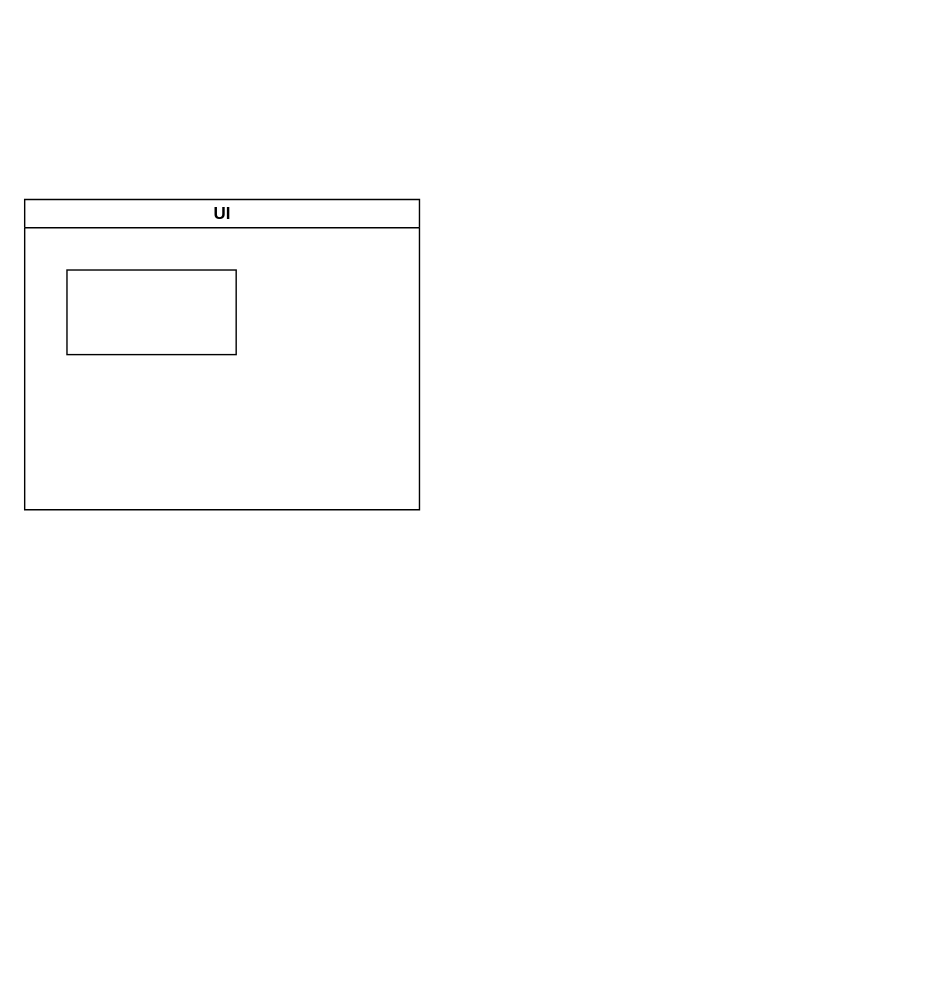
Earlier version of the draw.io diagram page "Верхнеуровневое разбиение на компоненты" (2 of 9) of lab_01/docs/ppo.drawio (kpirap18/BMSTU-Software-Design-sem6). Source tidied: cells renumbered, new cells numbered last; positions are measured from the earlier drawing's top-left corner, leaving out a move shared by most shapes. Both pictures are drawn from the tidied source at 141%, with x=0, y=0 at pixel (24, 199).
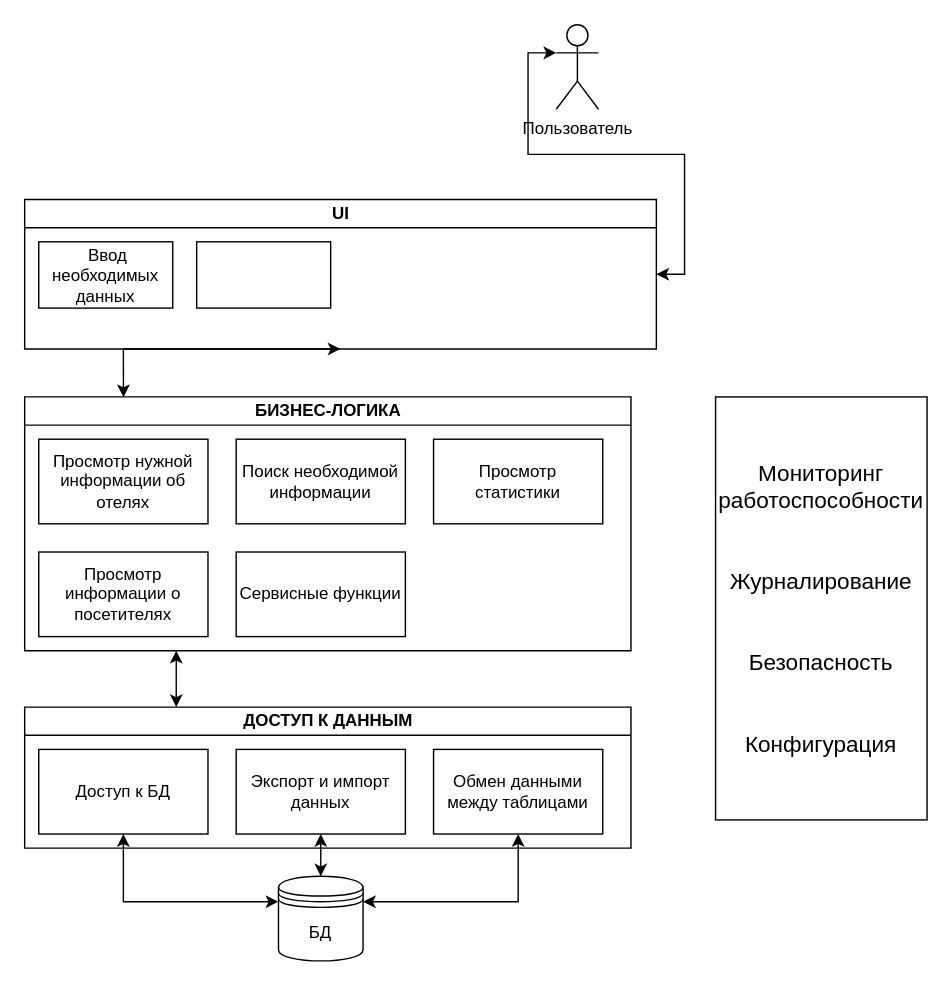
Above is the later version.

The edit, as a diff of the source:
```diff
@@
+    <mxCell id="4" style="edgeStyle=orthogonalEdgeStyle;rounded=0;jettySize=auto;html=1;exitX=0.5;exitY=1;exitDx=0;exitDy=0;entryX=0.163;entryY=0.001;entryDx=0;entryDy=0;entryPerimeter=0;startArrow=classic;startFill=1;" parent="1" edge="1" source="2" target="7">
+      <mxGeometry relative="1" as="geometry">
+        <Array as="points">
+          <mxPoint x="70" y="120" />
+          <mxPoint x="70" y="120" />
+        </Array>
+      </mxGeometry>
+    </mxCell>
     <mxCell id="2" value="UI" style="swimlane;html=1;startSize=20;horizontal=1;containerType=tree;newEdgeStyle={&quot;edgeStyle&quot;:&quot;elbowEdgeStyle&quot;,&quot;startArrow&quot;:&quot;none&quot;,&quot;endArrow&quot;:&quot;none&quot;};" parent="1" vertex="1">
-      <mxGeometry width="280" height="220" as="geometry" />
+      <mxGeometry width="448" height="106" as="geometry" />
     </mxCell>
-    <mxCell id="3" style="rounded=0;whiteSpace=wrap;html=1;" parent="2" vertex="1">
-      <mxGeometry x="30" y="50" width="120" height="60" as="geometry" />
+    <mxCell id="3" value="&amp;nbsp;Ввод необходимых данных" style="rounded=0;whiteSpace=wrap;html=1;" parent="2" vertex="1">
+      <mxGeometry x="10" y="30" width="95" height="47" as="geometry" />
     </mxCell>
+    <mxCell id="5" style="rounded=0;whiteSpace=wrap;html=1;" parent="2" vertex="1">
+      <mxGeometry x="122" y="30" width="95" height="47" as="geometry" />
+    </mxCell>
+    <mxCell id="6" style="edgeStyle=orthogonalEdgeStyle;rounded=0;jettySize=auto;html=1;exitX=0.25;exitY=1;exitDx=0;exitDy=0;entryX=0.25;entryY=0;entryDx=0;entryDy=0;startArrow=classic;startFill=1;" parent="1" edge="1" source="7" target="13">
+      <mxGeometry relative="1" as="geometry" />
+    </mxCell>
+    <mxCell id="7" value="БИЗНЕС-ЛОГИКА" style="swimlane;html=1;startSize=20;horizontal=1;containerType=tree;newEdgeStyle={&quot;edgeStyle&quot;:&quot;elbowEdgeStyle&quot;,&quot;startArrow&quot;:&quot;none&quot;,&quot;endArrow&quot;:&quot;none&quot;};" parent="1" vertex="1">
+      <mxGeometry y="140" width="430" height="180" as="geometry" />
+    </mxCell>
+    <mxCell id="8" value="Просмотр нужной информации об отелях" style="rounded=0;whiteSpace=wrap;html=1;" parent="7" vertex="1">
+      <mxGeometry x="10" y="30" width="120" height="60" as="geometry" />
+    </mxCell>
+    <mxCell id="9" value="Поиск необходимой информации" style="rounded=0;whiteSpace=wrap;html=1;" parent="7" vertex="1">
+      <mxGeometry x="150" y="30" width="120" height="60" as="geometry" />
+    </mxCell>
+    <mxCell id="10" value="Просмотр статистики" style="rounded=0;whiteSpace=wrap;html=1;" parent="7" vertex="1">
+      <mxGeometry x="290" y="30" width="120" height="60" as="geometry" />
+    </mxCell>
+    <mxCell id="11" value="Просмотр информации о посетителях" style="rounded=0;whiteSpace=wrap;html=1;" parent="7" vertex="1">
+      <mxGeometry x="10" y="110" width="120" height="60" as="geometry" />
+    </mxCell>
+    <mxCell id="12" value="Сервисные функции" style="rounded=0;whiteSpace=wrap;html=1;" parent="7" vertex="1">
+      <mxGeometry x="150" y="110" width="120" height="60" as="geometry" />
+    </mxCell>
+    <mxCell id="13" value="ДОСТУП К ДАННЫМ" style="swimlane;html=1;startSize=20;horizontal=1;containerType=tree;newEdgeStyle={&quot;edgeStyle&quot;:&quot;elbowEdgeStyle&quot;,&quot;startArrow&quot;:&quot;none&quot;,&quot;endArrow&quot;:&quot;none&quot;};" parent="1" vertex="1">
+      <mxGeometry y="360" width="430" height="100" as="geometry" />
+    </mxCell>
+    <mxCell id="14" value="Доступ к БД" style="rounded=0;whiteSpace=wrap;html=1;" parent="13" vertex="1">
+      <mxGeometry x="10" y="30" width="120" height="60" as="geometry" />
+    </mxCell>
+    <mxCell id="15" value="Обмен данными между таблицами" style="rounded=0;whiteSpace=wrap;html=1;" parent="13" vertex="1">
+      <mxGeometry x="290" y="30" width="120" height="60" as="geometry" />
+    </mxCell>
+    <mxCell id="16" value="Экспорт и импорт данных" style="rounded=0;whiteSpace=wrap;html=1;" parent="13" vertex="1">
+      <mxGeometry x="150" y="30" width="120" height="60" as="geometry" />
+    </mxCell>
+    <mxCell id="17" style="edgeStyle=orthogonalEdgeStyle;rounded=0;jettySize=auto;html=1;exitX=0;exitY=0.3;exitDx=0;exitDy=0;startArrow=classic;startFill=1;" parent="1" edge="1" source="20" target="14">
+      <mxGeometry relative="1" as="geometry" />
+    </mxCell>
+    <mxCell id="18" style="edgeStyle=orthogonalEdgeStyle;rounded=0;jettySize=auto;html=1;exitX=0.5;exitY=0;exitDx=0;exitDy=0;entryX=0.5;entryY=1;entryDx=0;entryDy=0;startArrow=classic;startFill=1;" parent="1" edge="1" source="20" target="16">
+      <mxGeometry relative="1" as="geometry" />
+    </mxCell>
+    <mxCell id="19" style="edgeStyle=orthogonalEdgeStyle;rounded=0;jettySize=auto;html=1;exitX=1;exitY=0.3;exitDx=0;exitDy=0;entryX=0.5;entryY=1;entryDx=0;entryDy=0;startArrow=classic;startFill=1;" parent="1" edge="1" source="20" target="15">
+      <mxGeometry relative="1" as="geometry" />
+    </mxCell>
+    <mxCell id="20" value="БД" style="shape=datastore;whiteSpace=wrap;html=1;" parent="1" vertex="1">
+      <mxGeometry x="180" y="480" width="60" height="60" as="geometry" />
+    </mxCell>
+    <mxCell id="21" value="&lt;font style=&quot;font-size: 16px&quot;&gt;Мониторинг работоспособности&lt;br&gt;&lt;br&gt;&lt;br&gt;Журналирование&lt;br&gt;&lt;br&gt;&lt;br&gt;Безопасность&lt;br&gt;&lt;br&gt;&lt;br&gt;Конфигурация&lt;/font&gt;" style="rounded=0;whiteSpace=wrap;html=1;" parent="1" vertex="1">
+      <mxGeometry x="490" y="140" width="150" height="300" as="geometry" />
+    </mxCell>
+    <mxCell id="22" style="edgeStyle=orthogonalEdgeStyle;rounded=0;jettySize=auto;html=1;exitX=0;exitY=0.3333333333333333;exitDx=0;exitDy=0;exitPerimeter=0;entryX=1;entryY=0.5;entryDx=0;entryDy=0;startArrow=classic;startFill=1;" parent="1" edge="1" source="23" target="2">
+      <mxGeometry relative="1" as="geometry" />
+    </mxCell>
+    <mxCell id="23" value="Пользователь" style="shape=umlActor;verticalLabelPosition=bottom;verticalAlign=top;html=1;" parent="1" vertex="1">
+      <mxGeometry x="377" y="-124" width="30" height="60" as="geometry" />
+    </mxCell>
```
